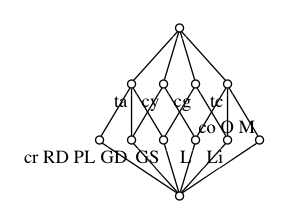
The Graphviz diagram example/fruit.png in thsutton/fca, before a commit. Its source is kept beside it as example/fruit.dot. Source of this version:
```dot
digraph {
	rankdir=BT;
	fontsize=10.0;
	pad=0.25;
	node[shape="circle",width="0.08",labelloc=t];
	edge[arrowhead=none];

	c0 [label="",xlabel="" ];

	c1 [label="",xlabel="cy" ];

	c2 [label="",xlabel="cg" ];

	c3 [label="",xlabel="ta" ];

	c4 [label="",xlabel="GD" ];

	c5 [label="",xlabel="GS" ];

	c6 [label="",xlabel="cr RD PL" ];

	c7 [label="",xlabel="tc" ];

	c8 [label="",xlabel="L" ];

	c9 [label="",xlabel="Li" ];

	c10 [label="",xlabel="co O M" ];

	c11 [label="",xlabel="" ];

	# Edges for c0
	# Edges for c1
	c1 -> c0;
	# Edges for c2
	c2 -> c0;
	# Edges for c3
	c3 -> c0;
	# Edges for c4
	c4 -> c1;
	c4 -> c3;
	# Edges for c5
	c5 -> c2;
	c5 -> c3;
	# Edges for c6
	c6 -> c3;
	# Edges for c7
	c7 -> c0;
	# Edges for c8
	c8 -> c1;
	c8 -> c7;
	# Edges for c9
	c9 -> c2;
	c9 -> c7;
	# Edges for c10
	c10 -> c7;
	# Edges for c11
	c11 -> c4;
	c11 -> c5;
	c11 -> c6;
	c11 -> c8;
	c11 -> c9;
	c11 -> c10;
}
```
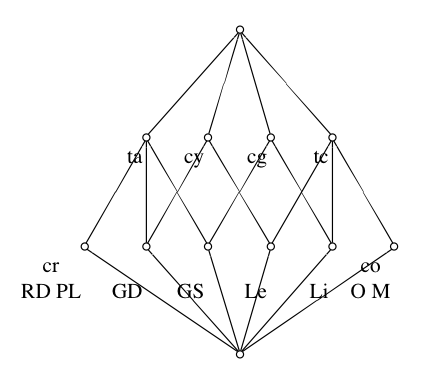
The same file after the commit.

Diff of the diagram source:
```diff
@@ -1,33 +1,34 @@
 digraph {
 	rankdir=BT;
-	fontsize=10.0;
 	pad=0.25;
-	node[shape="circle",width="0.08",labelloc=t];
+	ratio=expand;
+	size="8,4";
+	node[shape="circle",width="0.08",labelloc=t,fontsize=18.0];
 	edge[arrowhead=none];
 
-	c0 [label="",xlabel="" ];
+	c0 [label="",xlp="20,-72",xlabel=""];
 
-	c1 [label="",xlabel="cy" ];
+	c1 [label="",xlp="20,-72",xlabel=<cy> ];
 
-	c2 [label="",xlabel="cg" ];
+	c2 [label="",xlp="20,-72",xlabel=<cg> ];
 
-	c3 [label="",xlabel="ta" ];
+	c3 [label="",xlp="20,-72",xlabel=<ta> ];
 
-	c4 [label="",xlabel="GD" ];
+	c4 [label="",xlp="20,-72",xlabel=< <BR/>GD> ];
 
-	c5 [label="",xlabel="GS" ];
+	c5 [label="",xlp="20,-72",xlabel=< <BR/>GS> ];
 
-	c6 [label="",xlabel="cr RD PL" ];
+	c6 [label="",xlp="20,-72",xlabel=<cr<BR/>RD PL>];
 
-	c7 [label="",xlabel="tc" ];
+	c7 [label="",xlp="20,-72",xlabel=<tc> ];
 
-	c8 [label="",xlabel="L" ];
+	c8 [label="",xlp="20,-72",xlabel=< <BR/>Le> ];
 
-	c9 [label="",xlabel="Li" ];
+	c9 [label="",xlp="20,-72",xlabel=< <BR/>Li> ];
 
-	c10 [label="",xlabel="co O M" ];
+	c10 [label="",xlp="20,-72",xlabel=<co<BR/>O M> ];
 
-	c11 [label="",xlabel="" ];
+	c11 [label="",xlp="20,-72",xlabel="" ];
 
 	# Edges for c0
 	# Edges for c1
```
